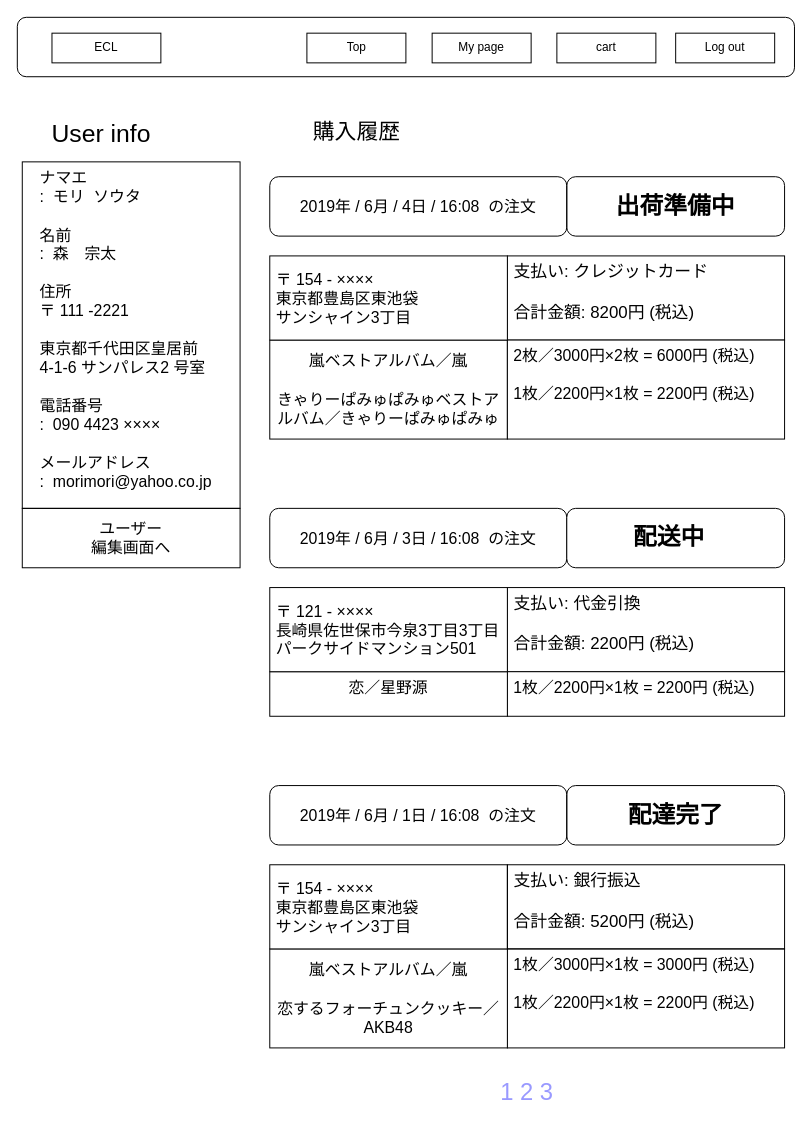
Before: ワイヤーフレーム/user/user_mypage.drawio in ecl11/ECL, a draw.io diagram. Source tidied: cells renumbered, new cells numbered last; positions are measured from the earlier drawing's top-left corner, leaving out a move shared by most shapes. Both pictures are drawn from the tidied source at 99%, with x=0, y=0 at pixel (17, 17).
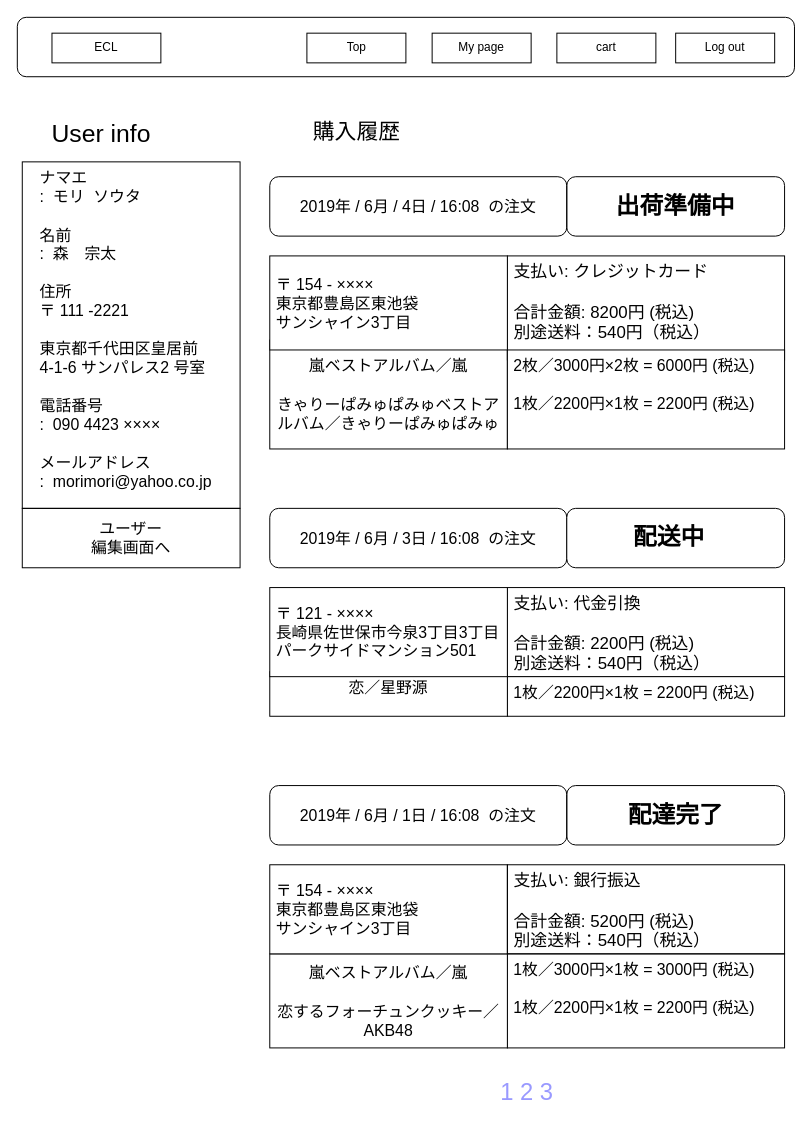
The same diagram, later.

Change to the diagram source:
```diff
@@
     <mxCell id="11" value="嵐ベストアルバム／嵐&lt;br&gt;&lt;span&gt;&lt;br&gt;きゃりーぱみゅぱみゅベストアルバム／きゃりーぱみゅぱみゅ&lt;/span&gt;" style="rounded=0;whiteSpace=wrap;html=1;strokeColor=#000000;fillColor=#ffffff;fontSize=16;" parent="1" vertex="1">
-      <mxGeometry x="255" y="326" width="240" height="100" as="geometry" />
+      <mxGeometry x="255" y="326" width="240" height="110" as="geometry" />
     </mxCell>
-    <mxCell id="12" value="&amp;nbsp;支払い:&amp;nbsp;クレジットカード&lt;br&gt;&lt;br&gt;&amp;nbsp;合計金額: 8200円 (税込)&lt;br&gt;" style="rounded=0;whiteSpace=wrap;html=1;strokeColor=#000000;fillColor=none;fontSize=17;verticalAlign=top;align=left;" parent="1" vertex="1">
-      <mxGeometry x="495" y="241" width="280" height="85" as="geometry" />
+    <mxCell id="12" value="&amp;nbsp;支払い:&amp;nbsp;クレジットカード&lt;br&gt;&lt;br&gt;&amp;nbsp;合計金額: 8200円 (税込)&lt;br&gt;&amp;nbsp;別途送料：540円（税込）&lt;br&gt;" style="rounded=0;whiteSpace=wrap;html=1;strokeColor=#000000;fillColor=none;fontSize=17;verticalAlign=top;align=left;" parent="1" vertex="1">
+      <mxGeometry x="495" y="241" width="280" height="105" as="geometry" />
     </mxCell>
     <mxCell id="13" value="&amp;nbsp;2枚／3000円×2枚 = 6000円 (税込)&lt;br&gt;&lt;br&gt;&amp;nbsp;1枚／2200円×1枚 = 2200円 (税込)&lt;br&gt;" style="rounded=0;whiteSpace=wrap;html=1;strokeColor=#000000;fillColor=#ffffff;fontSize=16;verticalAlign=top;align=left;" parent="1" vertex="1">
-      <mxGeometry x="495" y="326" width="280" height="100" as="geometry" />
+      <mxGeometry x="495" y="336" width="280" height="100" as="geometry" />
     </mxCell>
     <mxCell id="14" value="&lt;div style=&quot;text-align: left&quot;&gt;&lt;span&gt;&amp;nbsp;〒 154 - ××××&lt;/span&gt;&lt;/div&gt;&amp;nbsp;東京都豊島区東池袋&lt;br&gt;&amp;nbsp;サンシャイン3丁目&lt;br&gt;" style="rounded=0;whiteSpace=wrap;html=1;strokeColor=#000000;fillColor=#ffffff;fontSize=16;align=left;" parent="1" vertex="1">
-      <mxGeometry x="255" y="241" width="240" height="85" as="geometry" />
+      <mxGeometry x="255" y="241" width="240" height="95" as="geometry" />
     </mxCell>
@@
-    <mxCell id="19" value="&amp;nbsp;支払い: 代金引換&lt;br&gt;&lt;br&gt;&amp;nbsp;合計金額: 2200円 (税込)&lt;br&gt;" style="rounded=0;whiteSpace=wrap;html=1;strokeColor=#000000;fillColor=none;fontSize=17;verticalAlign=top;align=left;" parent="1" vertex="1">
-      <mxGeometry x="495" y="576" width="280" height="85" as="geometry" />
+    <mxCell id="19" value="&amp;nbsp;支払い: 代金引換&lt;br&gt;&lt;br&gt;&amp;nbsp;合計金額: 2200円 (税込)&lt;br&gt;&amp;nbsp;別途送料：540円（税込）&lt;br&gt;" style="rounded=0;whiteSpace=wrap;html=1;strokeColor=#000000;fillColor=none;fontSize=17;verticalAlign=top;align=left;" parent="1" vertex="1">
+      <mxGeometry x="495" y="576" width="280" height="90" as="geometry" />
     </mxCell>
     <mxCell id="20" value="&amp;nbsp;1枚／2200円×1枚 = 2200円 (税込)&lt;br&gt;" style="rounded=0;whiteSpace=wrap;html=1;strokeColor=#000000;fillColor=#ffffff;fontSize=16;verticalAlign=top;align=left;" parent="1" vertex="1">
-      <mxGeometry x="495" y="661" width="280" height="45" as="geometry" />
+      <mxGeometry x="495" y="666" width="280" height="40" as="geometry" />
     </mxCell>
@@
     <mxCell id="22" value="&lt;div style=&quot;text-align: left&quot;&gt;&lt;span&gt;&amp;nbsp;〒 121 - ××××&lt;/span&gt;&lt;/div&gt;&amp;nbsp;長崎県佐世保市今泉3丁目3丁目&lt;br&gt;&amp;nbsp;パークサイドマンション501&lt;br&gt;" style="rounded=0;whiteSpace=wrap;html=1;strokeColor=#000000;fillColor=#ffffff;fontSize=16;align=left;" parent="1" vertex="1">
-      <mxGeometry x="255" y="576" width="240" height="85" as="geometry" />
+      <mxGeometry x="255" y="576" width="240" height="90" as="geometry" />
     </mxCell>
     <mxCell id="23" value="&amp;nbsp;1枚／3000円×1枚 = 3000円 (税込)&lt;br&gt;&lt;br&gt;&amp;nbsp;1枚／2200円×1枚 = 2200円 (税込)&lt;br&gt;" style="rounded=0;whiteSpace=wrap;html=1;strokeColor=#000000;fillColor=#ffffff;fontSize=16;verticalAlign=top;align=left;" parent="1" vertex="1">
-      <mxGeometry x="495" y="941" width="280" height="100" as="geometry" />
+      <mxGeometry x="495" y="946" width="280" height="95" as="geometry" />
     </mxCell>
     <mxCell id="24" value="嵐ベストアルバム／嵐&lt;br&gt;&lt;span&gt;&lt;br&gt;恋するフォーチュンクッキー／AKB48&lt;br&gt;&lt;/span&gt;" style="rounded=0;whiteSpace=wrap;html=1;strokeColor=#000000;fillColor=#ffffff;fontSize=16;" parent="1" vertex="1">
-      <mxGeometry x="255" y="941" width="240" height="100" as="geometry" />
+      <mxGeometry x="255" y="946" width="240" height="95" as="geometry" />
     </mxCell>
     <mxCell id="25" value="&lt;div style=&quot;text-align: left&quot;&gt;&lt;span&gt;&amp;nbsp;〒 154 - ××××&lt;/span&gt;&lt;/div&gt;&amp;nbsp;東京都豊島区東池袋&lt;br&gt;&amp;nbsp;サンシャイン3丁目&lt;br&gt;" style="rounded=0;whiteSpace=wrap;html=1;strokeColor=#000000;fillColor=#ffffff;fontSize=16;align=left;" parent="1" vertex="1">
-      <mxGeometry x="255" y="856" width="240" height="85" as="geometry" />
+      <mxGeometry x="255" y="856" width="240" height="90" as="geometry" />
     </mxCell>
-    <mxCell id="26" value="&amp;nbsp;支払い: 銀行振込&lt;br&gt;&lt;br&gt;&amp;nbsp;合計金額: 5200円 (税込)&lt;br&gt;" style="rounded=0;whiteSpace=wrap;html=1;strokeColor=#000000;fillColor=none;fontSize=17;verticalAlign=top;align=left;" parent="1" vertex="1">
-      <mxGeometry x="495" y="856" width="280" height="85" as="geometry" />
+    <mxCell id="26" value="&amp;nbsp;支払い: 銀行振込&lt;br&gt;&lt;br&gt;&amp;nbsp;合計金額: 5200円 (税込)&lt;br&gt;&amp;nbsp;別途送料：540円（税込）&lt;br&gt;" style="rounded=0;whiteSpace=wrap;html=1;strokeColor=#000000;fillColor=none;fontSize=17;verticalAlign=top;align=left;" parent="1" vertex="1">
+      <mxGeometry x="495" y="856" width="280" height="90" as="geometry" />
     </mxCell>
```
